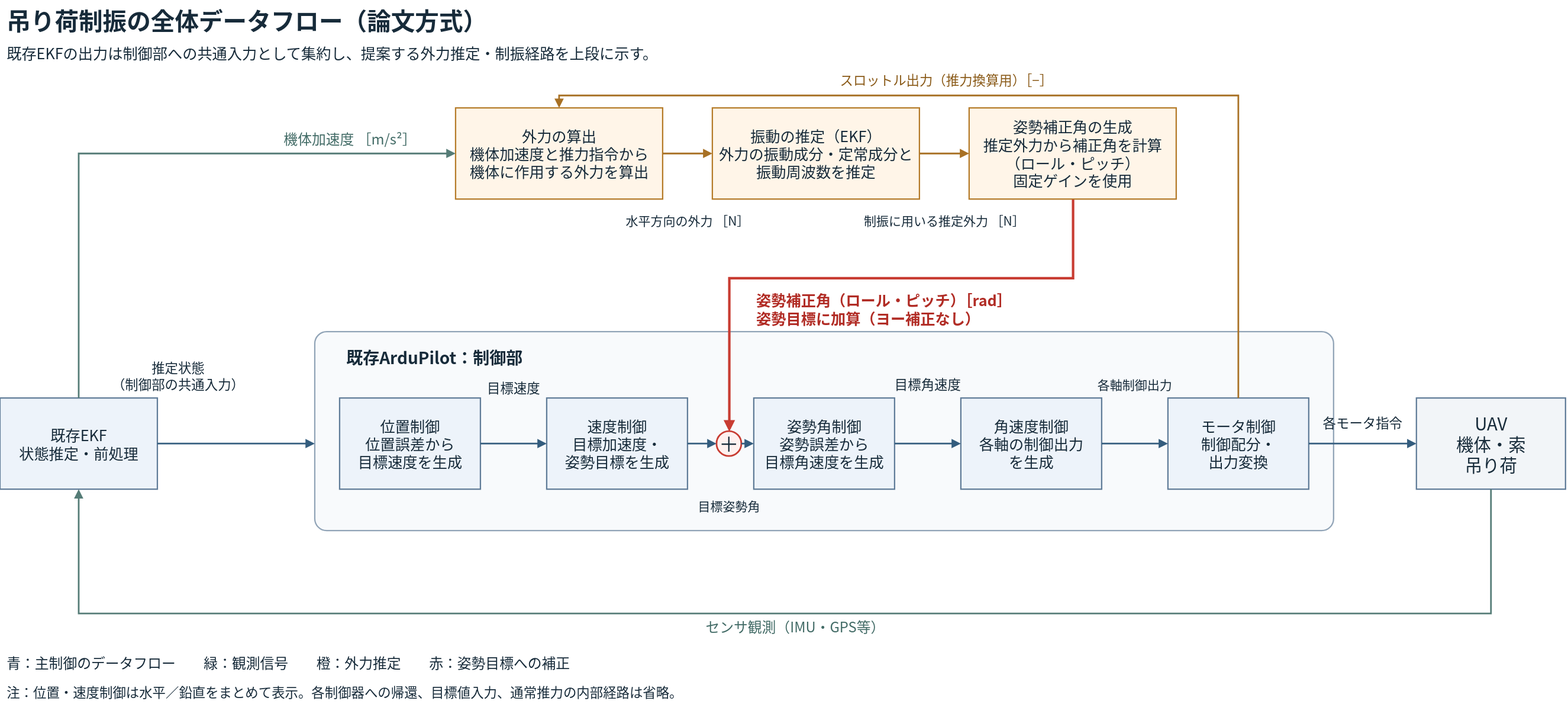
UmemotoLab/Ardupilot-UmemotoLab-ekf-V2 keeps this draw.io diagram as docs/control_overview.svg. Above is the earlier version. Source tidied: cells renumbered, new cells last; positions are measured from the earlier drawing's top-left corner, leaving out a move shared by most shapes.
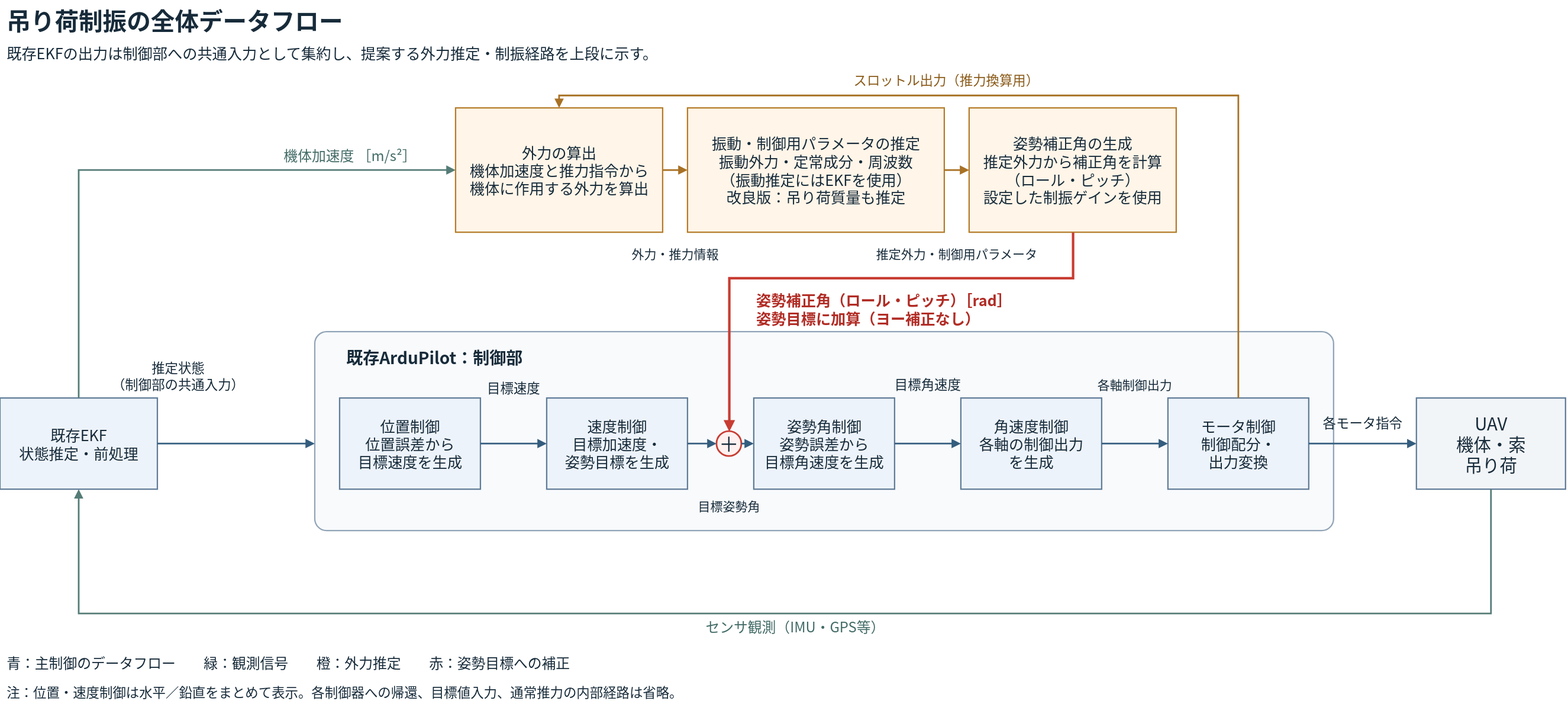
The same diagram one commit later.

What changed in the source:
```diff
@@ -2,7 +2,7 @@
   <root>
     <mxCell id="0" />
     <mxCell id="1" parent="0" />
-    <mxCell id="2" value="吊り荷制振の全体データフロー（論文方式）" style="rounded=0;whiteSpace=wrap;html=0;align=center;verticalAlign=middle;spacing=8;fillColor=none;strokeColor=none;strokeWidth=1.6;fontSize=29;fontFamily=Noto Sans CJK JP;fontColor=#172B3A;align=left;fontColor=#172B3A;fontStyle=1;" parent="1" vertex="1">
+    <mxCell id="2" value="吊り荷制振の全体データフロー" style="rounded=0;whiteSpace=wrap;html=0;align=center;verticalAlign=middle;spacing=8;fillColor=none;strokeColor=none;strokeWidth=1.6;fontSize=29;fontFamily=Noto Sans CJK JP;fontColor=#172B3A;align=left;fontColor=#172B3A;fontStyle=1;" parent="1" vertex="1">
       <mxGeometry width="1850" height="45" as="geometry" />
     </mxCell>
     <mxCell id="3" value="既存EKFの出力は制御部への共通入力として集約し、提案する外力推定・制振経路を上段に示す。" style="rounded=0;whiteSpace=wrap;html=0;align=center;verticalAlign=middle;spacing=8;fillColor=none;strokeColor=none;strokeWidth=1.6;fontSize=18;fontFamily=Noto Sans CJK JP;fontColor=#172B3A;align=left;fontColor=#172B3A;fontStyle=0;" parent="1" vertex="1">
@@ -36,13 +36,13 @@
       <mxGeometry x="1710" y="480" width="180" height="110" as="geometry" />
     </mxCell>
     <mxCell id="13" value="外力の算出&#10;機体加速度と推力指令から&#10;機体に作用する外力を算出" style="rounded=0;whiteSpace=wrap;html=0;align=center;verticalAlign=middle;spacing=8;fillColor=#FFF5E8;strokeColor=#B57B29;strokeWidth=1.6;fontSize=18;fontFamily=Noto Sans CJK JP;fontColor=#172B3A;" parent="1" vertex="1">
-      <mxGeometry x="550" y="130" width="250" height="110" as="geometry" />
+      <mxGeometry x="550" y="130" width="250" height="150" as="geometry" />
     </mxCell>
-    <mxCell id="14" value="振動の推定（EKF）&#10;外力の振動成分・定常成分と&#10;振動周波数を推定" style="rounded=0;whiteSpace=wrap;html=0;align=center;verticalAlign=middle;spacing=8;fillColor=#FFF5E8;strokeColor=#B57B29;strokeWidth=1.6;fontSize=18;fontFamily=Noto Sans CJK JP;fontColor=#172B3A;" parent="1" vertex="1">
-      <mxGeometry x="860" y="130" width="250" height="110" as="geometry" />
+    <mxCell id="14" value="振動・制御用パラメータの推定&#10;振動外力・定常成分・周波数&#10;（振動推定にはEKFを使用）&#10;改良版：吊り荷質量も推定" style="rounded=0;whiteSpace=wrap;html=0;align=center;verticalAlign=middle;spacing=8;fillColor=#FFF5E8;strokeColor=#B57B29;strokeWidth=1.6;fontSize=18;fontFamily=Noto Sans CJK JP;fontColor=#172B3A;" parent="1" vertex="1">
+      <mxGeometry x="830" y="130" width="310" height="150" as="geometry" />
     </mxCell>
-    <mxCell id="15" value="姿勢補正角の生成&#10;推定外力から補正角を計算&#10;（ロール・ピッチ）&#10;固定ゲインを使用" style="rounded=0;whiteSpace=wrap;html=0;align=center;verticalAlign=middle;spacing=8;fillColor=#FFF5E8;strokeColor=#B57B29;strokeWidth=1.6;fontSize=18;fontFamily=Noto Sans CJK JP;fontColor=#172B3A;" parent="1" vertex="1">
-      <mxGeometry x="1170" y="130" width="250" height="110" as="geometry" />
+    <mxCell id="15" value="姿勢補正角の生成&#10;推定外力から補正角を計算&#10;（ロール・ピッチ）&#10;設定した制振ゲインを使用" style="rounded=0;whiteSpace=wrap;html=0;align=center;verticalAlign=middle;spacing=8;fillColor=#FFF5E8;strokeColor=#B57B29;strokeWidth=1.6;fontSize=18;fontFamily=Noto Sans CJK JP;fontColor=#172B3A;" parent="1" vertex="1">
+      <mxGeometry x="1170" y="130" width="250" height="150" as="geometry" />
     </mxCell>
     <mxCell id="16" value="＋" style="rounded=0;whiteSpace=wrap;html=0;align=center;verticalAlign=middle;spacing=8;fillColor=#FFF1EF;strokeColor=#C83C32;strokeWidth=1.6;fontSize=24;fontFamily=Noto Sans CJK JP;fontColor=#172B3A;shape=ellipse;spacing=0;strokeWidth=2;" parent="1" vertex="1">
       <mxGeometry x="865" y="520" width="30" height="30" as="geometry" />
@@ -101,7 +101,7 @@
     <mxCell id="29" style="edgeStyle=none;html=0;rounded=0;endArrow=block;endFill=1;strokeColor=#557C77;strokeWidth=2;dashed=0;exitX=0.5;exitY=0;exitPerimeter=0;entryX=0;entryY=0.5;entryPerimeter=0;" parent="1" edge="1" source="6" target="13">
       <mxGeometry relative="1" as="geometry">
         <Array as="points">
-          <mxPoint x="95" y="185" />
+          <mxPoint x="95" y="205" />
         </Array>
       </mxGeometry>
     </mxCell>
@@ -123,20 +123,20 @@
     <mxCell id="35" value="各モータ指令" style="rounded=0;whiteSpace=wrap;html=0;align=center;verticalAlign=middle;spacing=8;fillColor=none;strokeColor=none;strokeWidth=1.6;fontSize=16;fontFamily=Noto Sans CJK JP;fontColor=#172B3A;align=center;fontColor=#172B3A;fontStyle=0;" parent="1" vertex="1">
       <mxGeometry x="1585" y="495" width="120" height="28" as="geometry" />
     </mxCell>
-    <mxCell id="36" value="水平方向の外力 ［N］" style="rounded=0;whiteSpace=wrap;html=0;align=center;verticalAlign=middle;spacing=8;fillColor=none;strokeColor=none;strokeWidth=1.6;fontSize=15;fontFamily=Noto Sans CJK JP;fontColor=#172B3A;align=center;fontColor=#172B3A;fontStyle=0;" parent="1" vertex="1">
-      <mxGeometry x="705" y="250" width="250" height="30" as="geometry" />
+    <mxCell id="36" value="外力・推力情報" style="rounded=0;whiteSpace=wrap;html=0;align=center;verticalAlign=middle;spacing=8;fillColor=none;strokeColor=none;strokeWidth=1.6;fontSize=15;fontFamily=Noto Sans CJK JP;fontColor=#172B3A;align=center;fontColor=#172B3A;fontStyle=0;" parent="1" vertex="1">
+      <mxGeometry x="690" y="290" width="250" height="30" as="geometry" />
     </mxCell>
-    <mxCell id="37" value="制振に用いる推定外力 ［N］" style="rounded=0;whiteSpace=wrap;html=0;align=center;verticalAlign=middle;spacing=8;fillColor=none;strokeColor=none;strokeWidth=1.6;fontSize=15;fontFamily=Noto Sans CJK JP;fontColor=#172B3A;align=center;fontColor=#172B3A;fontStyle=0;" parent="1" vertex="1">
-      <mxGeometry x="990" y="250" width="300" height="30" as="geometry" />
+    <mxCell id="37" value="推定外力・制御用パラメータ" style="rounded=0;whiteSpace=wrap;html=0;align=center;verticalAlign=middle;spacing=8;fillColor=none;strokeColor=none;strokeWidth=1.6;fontSize=15;fontFamily=Noto Sans CJK JP;fontColor=#172B3A;align=center;fontColor=#172B3A;fontStyle=0;" parent="1" vertex="1">
+      <mxGeometry x="1005" y="290" width="300" height="30" as="geometry" />
     </mxCell>
     <mxCell id="38" value="姿勢補正角（ロール・ピッチ）［rad］&#10;姿勢目標に加算（ヨー補正なし）" style="rounded=0;whiteSpace=wrap;html=0;align=center;verticalAlign=middle;spacing=8;fillColor=none;strokeColor=none;strokeWidth=1.6;fontSize=18;fontFamily=Noto Sans CJK JP;fontColor=#172B3A;align=left;fontColor=#B12C25;fontStyle=1;" parent="1" vertex="1">
       <mxGeometry x="905" y="345" width="420" height="53" as="geometry" />
     </mxCell>
-    <mxCell id="39" value="スロットル出力（推力換算用）［−］" style="rounded=0;whiteSpace=wrap;html=0;align=center;verticalAlign=middle;spacing=8;fillColor=none;strokeColor=none;strokeWidth=1.6;fontSize=16;fontFamily=Noto Sans CJK JP;fontColor=#172B3A;align=center;fontColor=#8A5A18;fontStyle=0;" parent="1" vertex="1">
+    <mxCell id="39" value="スロットル出力（推力換算用）" style="rounded=0;whiteSpace=wrap;html=0;align=center;verticalAlign=middle;spacing=8;fillColor=none;strokeColor=none;strokeWidth=1.6;fontSize=16;fontFamily=Noto Sans CJK JP;fontColor=#172B3A;align=center;fontColor=#8A5A18;fontStyle=0;" parent="1" vertex="1">
       <mxGeometry x="845" y="83" width="595" height="25" as="geometry" />
     </mxCell>
     <mxCell id="40" value="機体加速度 ［m/s²］" style="rounded=0;whiteSpace=wrap;html=0;align=center;verticalAlign=middle;spacing=8;fillColor=none;strokeColor=none;strokeWidth=1.6;fontSize=17;fontFamily=Noto Sans CJK JP;fontColor=#172B3A;align=center;fontColor=#426B66;fontStyle=0;" parent="1" vertex="1">
-      <mxGeometry x="305" y="153" width="235" height="28" as="geometry" />
+      <mxGeometry x="305" y="173" width="235" height="28" as="geometry" />
     </mxCell>
     <mxCell id="41" value="センサ観測（IMU・GPS等）" style="rounded=0;whiteSpace=wrap;html=0;align=center;verticalAlign=middle;spacing=8;fillColor=none;strokeColor=none;strokeWidth=1.6;fontSize=17;fontFamily=Noto Sans CJK JP;fontColor=#172B3A;align=center;fontColor=#426B66;fontStyle=0;" parent="1" vertex="1">
       <mxGeometry x="710" y="742" width="500" height="28" as="geometry" />
```
